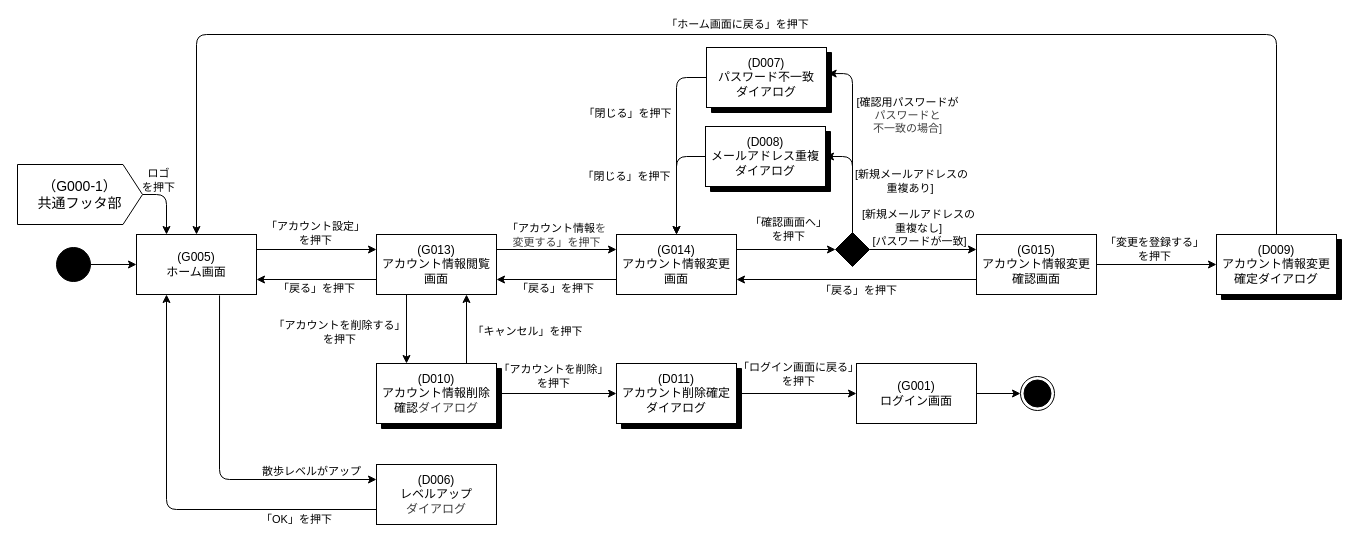
Before: page "アカウント" (3 of 11) of desing/STD.dio in miyong00/ServerProgramming-2026, a draw.io diagram. Source tidied: cells renumbered, new cells numbered last; positions are measured from the earlier drawing's top-left corner, leaving out a move shared by most shapes. Both pictures are drawn from the tidied source at 100%, with x=0, y=0 at pixel (17, 34).
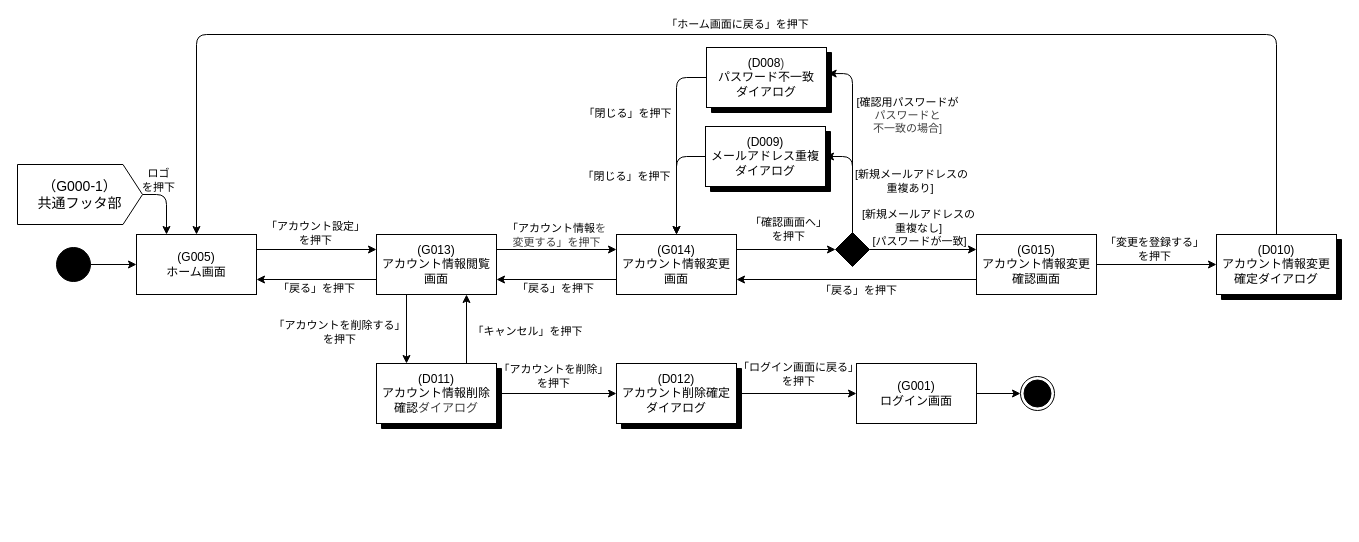
The same diagram, later.

Unchanged cells that the change refers to:
```xml
<mxCell id="4" value="&lt;div&gt;&lt;span style=&quot;background-color: transparent;&quot;&gt;(G005)&lt;/span&gt;&lt;/div&gt;&lt;div&gt;ホーム画面&lt;/div&gt;" style="rounded=0;whiteSpace=wrap;html=1;" parent="1" vertex="1">
  <mxGeometry x="119" y="200" width="120" height="60" as="geometry" />
</mxCell>
<mxCell id="34" style="group;" parent="1" vertex="1">
  <mxGeometry x="688" y="92" width="125" height="65" as="geometry" />
</mxCell>
<mxCell id="37" style="group;" parent="1" vertex="1">
  <mxGeometry x="1199" y="200" width="125" height="65" as="geometry" />
</mxCell>
<mxCell id="51" style="group;" parent="1" vertex="1">
  <mxGeometry x="359" y="329" width="125" height="65" as="geometry" />
</mxCell>
<mxCell id="54" style="group;" parent="1" vertex="1">
  <mxGeometry x="599" y="329" width="125" height="65" as="geometry" />
</mxCell>
<mxCell id="57" style="group;" parent="1" vertex="1">
  <mxGeometry x="689" y="13" width="125" height="65" as="geometry" />
</mxCell>
```

What changed in the source:
```diff
@@
-    <mxCell id="36" value="&lt;div&gt;(D008)&lt;/div&gt;メールアドレス重複&lt;div&gt;ダイアログ&lt;/div&gt;" style="rounded=0;whiteSpace=wrap;html=1;" parent="34" vertex="1">
+    <mxCell id="36" value="&lt;div&gt;(D009)&lt;/div&gt;メールアドレス重複&lt;div&gt;ダイアログ&lt;/div&gt;" style="rounded=0;whiteSpace=wrap;html=1;" parent="34" vertex="1">
       <mxGeometry width="120" height="60" as="geometry" />
     </mxCell>
@@
-    <mxCell id="39" value="&lt;div&gt;(D009)&lt;/div&gt;アカウント情報変更確定ダイアログ" style="rounded=0;whiteSpace=wrap;html=1;" parent="37" vertex="1">
+    <mxCell id="39" value="&lt;div&gt;(D010)&lt;/div&gt;アカウント情報変更確定ダイアログ" style="rounded=0;whiteSpace=wrap;html=1;" parent="37" vertex="1">
       <mxGeometry width="120" height="60" as="geometry" />
     </mxCell>
@@
-    <mxCell id="53" value="&lt;div&gt;&lt;span style=&quot;background-color: transparent;&quot;&gt;(D010)&lt;/span&gt;&lt;/div&gt;&lt;div&gt;アカウント情報削除確認&lt;span style=&quot;color: rgb(63, 63, 63); background-color: transparent;&quot;&gt;ダイアログ&lt;/span&gt;&lt;/div&gt;" style="rounded=0;whiteSpace=wrap;html=1;" parent="51" vertex="1">
+    <mxCell id="53" value="&lt;div&gt;&lt;span style=&quot;background-color: transparent;&quot;&gt;(D011)&lt;/span&gt;&lt;/div&gt;&lt;div&gt;アカウント情報削除確認&lt;span style=&quot;color: rgb(63, 63, 63); background-color: transparent;&quot;&gt;ダイアログ&lt;/span&gt;&lt;/div&gt;" style="rounded=0;whiteSpace=wrap;html=1;" parent="51" vertex="1">
       <mxGeometry width="120" height="60" as="geometry" />
     </mxCell>
@@
-    <mxCell id="56" value="&lt;div&gt;(D011)&lt;/div&gt;アカウント削除確定ダイアログ" style="rounded=0;whiteSpace=wrap;html=1;" parent="54" vertex="1">
+    <mxCell id="56" value="&lt;div&gt;(D012)&lt;/div&gt;アカウント削除確定ダイアログ" style="rounded=0;whiteSpace=wrap;html=1;" parent="54" vertex="1">
       <mxGeometry width="120" height="60" as="geometry" />
     </mxCell>
@@
-    <mxCell id="59" value="&lt;div&gt;(D007)&lt;/div&gt;パスワード不一致&lt;br&gt;&lt;div&gt;ダイアログ&lt;/div&gt;" style="rounded=0;whiteSpace=wrap;html=1;" parent="57" vertex="1">
+    <mxCell id="59" value="&lt;div&gt;(D008&lt;span style=&quot;color: rgb(63, 63, 63); background-color: transparent;&quot;&gt;)&lt;/span&gt;&lt;/div&gt;パスワード不一致&lt;br&gt;&lt;div&gt;ダイアログ&lt;/div&gt;" style="rounded=0;whiteSpace=wrap;html=1;" parent="57" vertex="1">
       <mxGeometry width="120" height="60" as="geometry" />
     </mxCell>
@@
-    <mxCell id="67" style="edgeStyle=orthogonalEdgeStyle;html=1;exitX=0.692;exitY=1.015;exitDx=0;exitDy=0;entryX=0;entryY=0.25;entryDx=0;entryDy=0;exitPerimeter=0;" parent="1" edge="1" source="4" target="69">
-      <mxGeometry relative="1" as="geometry" />
-    </mxCell>
-    <mxCell id="68" value="散歩レベルがアップ" style="edgeLabel;html=1;align=center;verticalAlign=middle;" parent="67" vertex="1">
-      <mxGeometry x="0.62" y="1" relative="1" as="geometry">
-        <mxPoint y="-8" as="offset" />
-      </mxGeometry>
-    </mxCell>
-    <mxCell id="69" value="&lt;div&gt;&lt;span style=&quot;background-color: transparent;&quot;&gt;&lt;font color=&quot;#000000&quot;&gt;(D006)&lt;/font&gt;&lt;/span&gt;&lt;/div&gt;&lt;span style=&quot;background-color: transparent;&quot;&gt;&lt;font color=&quot;#000000&quot;&gt;レベルアップ&lt;/font&gt;&lt;/span&gt;&lt;div&gt;&lt;span style=&quot;color: rgb(63, 63, 63); background-color: transparent;&quot;&gt;ダイアログ&lt;/span&gt;&lt;/div&gt;" style="rounded=0;whiteSpace=wrap;html=1;" parent="1" vertex="1">
-      <mxGeometry x="359" y="430" width="120" height="60" as="geometry" />
-    </mxCell>
-    <mxCell id="70" style="edgeStyle=orthogonalEdgeStyle;html=1;exitX=0;exitY=0.75;exitDx=0;exitDy=0;entryX=0.25;entryY=1;entryDx=0;entryDy=0;" parent="1" edge="1" source="69" target="4">
-      <mxGeometry x="-0.2" relative="1" as="geometry" />
-    </mxCell>
-    <mxCell id="71" value="「OK」を押下" style="edgeLabel;html=1;align=center;verticalAlign=middle;" parent="70" vertex="1">
-      <mxGeometry x="-0.62" relative="1" as="geometry">
-        <mxPoint y="9" as="offset" />
-      </mxGeometry>
-    </mxCell>
```
